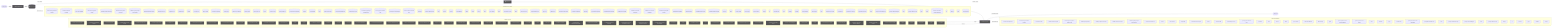
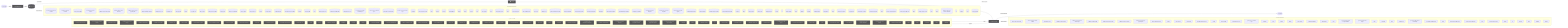
flowchart LR
  UserQ(["👤 User Query"])
  Embed["📐 Embedding Model"]
  VecDB[("📚 Vector Store")]
  Retriever["🔍 Retriever"]
  LLMNode["🧠 LLM / Generator"]
  Output(["✅ Response"])
  UserQ -->|query| Embed
  Embed -->|vector| VecDB
  VecDB -->|top-k chunks| Retriever
  Retriever -->|context + query| LLMNode
  LLMNode -->|generated answer| Output
  subgraph DetectedMemory["Detected memory stores"]
    det_detectedmemory_check_steering_feedback_contract_80134459[("check-steering-feedback-contract")]
    det_detectedmemory_normalize_workflow_contracts_8701f1c8[("normalize-workflow-contracts")]
    det_detectedmemory_sync_codex_preflight_7e7a8dc2[("sync-codex-preflight")]
    det_detectedmemory_test_harness_upgrade_matrix_84113c4e[("test-harness-upgrade-matrix")]
    det_detectedmemory_validate_prompt_context_drift_8c949ef6[("validate-prompt-context-drift")]
    det_detectedmemory_validate_runtime_packet_schemas_bc3ba8ec[("validate-runtime-packet-schemas")]
    det_detectedmemory_validate_system_prompt_gap_adoption_62d8c955[("validate-system-prompt-gap-adoption")]
    det_detectedmemory_validate_workflow_contracts_33dc063c[("validate-workflow-contracts")]
    det_detectedmemory_branch_protect_core_a8feb0fd[("branch-protect-core")]
    det_detectedmemory_ci_migrate_core_7005b5af[("ci-migrate-core")]
    det_detectedmemory_context_health_80bb7da9[("context-health")]
    det_detectedmemory_context_ea7792a2[("context")]
    det_detectedmemory_docs_gate_core_eb9b6c18[("docs-gate-core")]
    det_detectedmemory_index_context_de3ed39d[("index-context")]
    det_detectedmemory_local_memory_preflight_dcc36c42[("local-memory-preflight")]
    det_detectedmemory_memory_gate_a577a506[("memory-gate")]
    det_detectedmemory_pattern_scope_siblings_43abe000[("pattern-scope-siblings")]
    det_detectedmemory_review_context_ca6cf81d[("review-context")]
    det_detectedmemory_review_gate_core_4c8001f9[("review-gate-core")]
    det_detectedmemory_search_24193290[("search")]
    det_detectedmemory_session_context_e5ec72c0[("session-context")]
    det_detectedmemory_tooling_audit_core_328d6a41[("tooling-audit-core")]
    det_detectedmemory_run_local_memory_preflight_36e92808[("run-local-memory-preflight")]
    det_detectedmemory_checker_d2d2328e[("checker")]
    det_detectedmemory_context_health_1_ceb11829[("context-health")]
    det_detectedmemory_types_2_d9bc6e7a[("types")]
    det_detectedmemory_branch_protect_sync_570adb18[("branch-protect-sync")]
    det_detectedmemory_command_capability_rules_ca3f496a[("command-capability-rules")]
    det_detectedmemory_command_specs_core_1c0ffc99[("command-specs-core")]
    det_detectedmemory_local_memory_preflight_command_spec_9e23f3ce[("local-memory-preflight-command-spec")]
    det_detectedmemory_memory_gate_command_spec_dc9001a9[("memory-gate-command-spec")]
    det_detectedmemory_review_gate_command_spec_3187376a[("review-gate-command-spec")]
    det_detectedmemory_session_context_command_spec_973afbb1[("session-context-command-spec")]
    det_detectedmemory_constants_7517017f[("constants")]
    det_detectedmemory_context_compact_policy_3dcaf95d[("context-compact-policy")]
    det_detectedmemory_index_3_7e40d474[("index")]
    det_detectedmemory_indexer_70fa78e5[("indexer")]
    det_detectedmemory_init_error_5c7dd49f[("init-error")]
    det_detectedmemory_lexical_fallback_723e2b3e[("lexical-fallback")]
    det_detectedmemory_ollama_76e3c7bf[("ollama")]
    det_detectedmemory_rollout_a4fa034c[("rollout")]
    det_detectedmemory_sources_878a52fc[("sources")]
    det_detectedmemory_store_824d80d7[("store")]
    det_detectedmemory_sync_contract_c79fa191[("sync-contract")]
    det_detectedmemory_types_8_f6283648[("types")]
    det_detectedmemory_harness_run_context_ac7c77a9[("harness-run-context")]
    det_detectedmemory_index_4_013aa0e3[("index")]
    det_detectedmemory_json_schema_core_96d7e328[("json-schema-core")]
    det_detectedmemory_policy_validators_core_714a3fe7[("policy-validators-core")]
    det_detectedmemory_types_core_e405ddca[("types-core")]
    det_detectedmemory_validator_core_4358f8ba[("validator-core")]
+     det_detectedmemory_archive_candidates_scanner_d0931789[("archive-candidates-scanner")]
+     det_detectedmemory_archive_candidates_dc0e40e1[("archive-candidates")]
    det_detectedmemory_docs_task_eval_contract_79347457[("docs-task-eval-contract")]
    det_detectedmemory_docs_task_eval_fixtures_44902755[("docs-task-eval-fixtures")]
    det_detectedmemory_init_modes_c05ceb07[("init-modes")]
    det_detectedmemory_project_brain_templates_7ef51530[("project-brain-templates")]
    det_detectedmemory_scaffold_diagram_templates_dd88e83c[("scaffold-diagram-templates")]
    det_detectedmemory_scaffold_doc_templates_f6152330[("scaffold-doc-templates")]
    det_detectedmemory_scaffold_environment_templates_c1ceba6a[("scaffold-environment-templates")]
    det_detectedmemory_scaffold_root_command_templates_404fed7f[("scaffold-root-command-templates")]
    det_detectedmemory_scaffold_script_template_registry_69312d4e[("scaffold-script-template-registry")]
    det_detectedmemory_scaffold_shell_templates_0ad0f915[("scaffold-shell-templates")]
    det_detectedmemory_scaffold_surfaces_12d6494e[("scaffold-surfaces")]
    det_detectedmemory_scaffold_template_registry_b1cce2aa[("scaffold-template-registry")]
    det_detectedmemory_scaffold_workflow_template_92310587[("scaffold-workflow-template")]
    det_detectedmemory_eval_seed_5699fd3e[("eval-seed")]
    det_detectedmemory_index_10_f6785a46[("index")]
    det_detectedmemory_review_context_1_e3afed15[("review-context")]
    det_detectedmemory_memory_gate_1_265164ac[("memory-gate")]
    det_detectedmemory_branch_enforcer_acb749cd[("branch-enforcer")]
    det_detectedmemory_cli_args_5_09ea29f0[("cli-args")]
-     det_detectedmemory_cli_6_eac72be2[("cli")]
+     det_detectedmemory_cli_7_dc4a9f7f[("cli")]
    det_detectedmemory_metrics_tracker_98cec29c[("metrics-tracker")]
    det_detectedmemory_types_19_eb4ad5f0[("types")]
    det_detectedmemory_validator_5_b19ac2be[("validator")]
    det_detectedmemory_classifier_fe1991a9[("classifier")]
    det_detectedmemory_tooling_baseline_50ab2eeb[("tooling-baseline")]
    det_detectedmemory_claim_helpers_20dc8387[("claim-helpers")]
    det_detectedmemory_types_24_c63dc1a7[("types")]
    det_detectedmemory_local_memory_smoke_1175abfc[("local-memory-smoke")]
    det_detectedmemory_local_memory_0db17ecc[("local-memory")]
    det_detectedmemory_performance_overload_c685bfcf[("performance-overload")]
    det_detectedmemory_suggestion_generator_0956f794[("suggestion-generator")]
    det_detectedmemory_index_12_762ec91b[("index")]
    det_detectedmemory_prompt_context_drift_report_3257a95c[("prompt-context-drift-report")]
    det_detectedmemory_prompt_context_drift_types_ba6863d4[("prompt-context-drift-types")]
    det_detectedmemory_index_13_97df39c8[("index")]
    det_detectedmemory_prompt_context_receipt_17b862b2[("prompt-context-receipt")]
    det_detectedmemory_types_31_eb363e20[("types")]
    det_detectedmemory_policy_1_fc4198db[("policy")]
    det_detectedmemory_runtime_card_codex_runtime_validation_d8ce9934[("runtime-card-codex-runtime-validation")]
-     det_detectedmemory_cli_11_338a8415[("cli")]
+     det_detectedmemory_cli_12_01c06c37[("cli")]
    det_detectedmemory_collector_0736fd5b[("collector")]
    det_detectedmemory_types_34_85e6a0bb[("types")]
    det_detectedmemory_overload_guard_2748c559[("overload-guard")]
  end
  VecDB -. "implemented by" .-> DetectedMemory
  subgraph DetectedLLM["Detected LLM clients"]
    det_detectedllm_check_codex_agent_roles_5bb2e89b["check-codex-agent-roles"]
    det_detectedllm_check_steering_feedback_contract_80134459["check-steering-feedback-contract"]
    det_detectedllm_run_harness_evals_77704768["run-harness-evals"]
    det_detectedllm_validate_decision_request_2e5c325e["validate-decision-request"]
    det_detectedllm_validate_goal_completion_audit_receipt_100d252c["validate-goal-completion-audit-receipt"]
    det_detectedllm_validate_packaged_skill_5e32c890["validate-packaged-skill"]
    det_detectedllm_validate_prompt_context_drift_8c949ef6["validate-prompt-context-drift"]
    det_detectedllm_validate_reviewer_coverage_251efee3["validate-reviewer-coverage"]
    det_detectedllm_validate_system_prompt_gap_adoption_62d8c955["validate-system-prompt-gap-adoption"]
    det_detectedllm_check_environment_core_2c16213f["check-environment-core"]
    det_detectedllm_context_ea7792a2["context"]
    det_detectedllm_index_context_de3ed39d["index-context"]
    det_detectedllm_prompt_gate_c5e9d207["prompt-gate"]
    det_detectedllm_remediate_runner_helpers_929fedcc["remediate-runner-helpers"]
    det_detectedllm_search_24193290["search"]
    det_detectedllm_context_health_1_ceb11829["context-health"]
    det_detectedllm_command_specs_core_1c0ffc99["command-specs-core"]
    det_detectedllm_prompt_gate_command_spec_9a941482["prompt-gate-command-spec"]
    det_detectedllm_constants_7517017f["constants"]
    det_detectedllm_index_3_7e40d474["index"]
    det_detectedllm_indexer_70fa78e5["indexer"]
    det_detectedllm_ollama_76e3c7bf["ollama"]
    det_detectedllm_sync_contract_c79fa191["sync-contract"]
    det_detectedllm_north_star_validators_cfc926ce["north-star-validators"]
    det_detectedllm_hilt_boundary_9b36fb15["hilt-boundary"]
    det_detectedllm_types_10_75e5a4a0["types"]
    det_detectedllm_goal_completion_audit_receipt_validation_9d0f4891["goal-completion-audit-receipt-validation"]
    det_detectedllm_goal_completion_audit_receipt_5e4939c3["goal-completion-audit-receipt"]
    det_detectedllm_index_5_522f772a["index"]
    det_detectedllm_constants_1_a84e15f0["constants"]
    det_detectedllm_types_17_ed30531c["types"]
    det_detectedllm_sensitive_text_7c11f760["sensitive-text"]
    det_detectedllm_pr_template_linked_issue_relationship_a7b61f2c["pr-template-linked-issue-relationship"]
    det_detectedllm_pr_template_validator_rules_20a32d6b["pr-template-validator-rules"]
    det_detectedllm_index_12_762ec91b["index"]
    det_detectedllm_prompt_context_drift_report_3257a95c["prompt-context-drift-report"]
    det_detectedllm_prompt_context_drift_types_ba6863d4["prompt-context-drift-types"]
    det_detectedllm_index_13_97df39c8["index"]
    det_detectedllm_prompt_context_receipt_17b862b2["prompt-context-receipt"]
    det_detectedllm_cli_args_9_9c136878["cli-args"]
-     det_detectedllm_cli_10_35dc8cbd["cli"]
+     det_detectedllm_cli_11_338a8415["cli"]
    det_detectedllm_sections_4697ef32["sections"]
    det_detectedllm_types_27_4d134744["types"]
    det_detectedllm_validator_7_f836eb0e["validator"]
    det_detectedllm_cli_args_10_861cdd3f["cli-args"]
  end
  LLMNode -. "implemented by" .-> DetectedLLM
  subgraph DetectedTools["Agentic tool calls"]
    det_detectedtools_check_codex_agent_roles_5bb2e89b["🔧 check-codex-agent-roles"]
    det_detectedtools_check_steering_feedback_contract_80134459["🔧 check-steering-feedback-contract"]
    det_detectedtools_run_harness_evals_77704768["🔧 run-harness-evals"]
    det_detectedtools_validate_action_review_receipt_fa2f06c3["🔧 validate-action-review-receipt"]
    det_detectedtools_validate_packaged_skill_5e32c890["🔧 validate-packaged-skill"]
    det_detectedtools_validate_replay_packet_f309747e["🔧 validate-replay-packet"]
    det_detectedtools_ci_migrate_core_7005b5af["🔧 ci-migrate-core"]
    det_detectedtools_doctor_checks_5a2eb2b9["🔧 doctor-checks"]
+     det_detectedtools_doctor_github_tool_check_e0a938df["🔧 doctor-github-tool-check"]
    det_detectedtools_doctor_github_tool_checks_a53b0382["🔧 doctor-github-tool-checks"]
    det_detectedtools_doctor_tool_checks_4acac51a["🔧 doctor-tool-checks"]
    det_detectedtools_next_blocked_decisions_4140ad2b["🔧 next-blocked-decisions"]
    det_detectedtools_policy_gate_213f7313["🔧 policy-gate"]
    det_detectedtools_remediate_cli_output_cc165396["🔧 remediate-cli-output"]
    det_detectedtools_remediate_runner_helpers_929fedcc["🔧 remediate-runner-helpers"]
    det_detectedtools_review_gate_core_4c8001f9["🔧 review-gate-core"]
    det_detectedtools_index_1bc04b52["🔧 index"]
    det_detectedtools_types_1_4ecdf56e["🔧 types"]
    det_detectedtools_validation_constants_e002a0f6["🔧 validation-constants"]
    det_detectedtools_validation_98c41dcd["🔧 validation"]
    det_detectedtools_checker_d2d2328e["🔧 checker"]
    det_detectedtools_cli_args_1_6144b055["🔧 cli-args"]
    det_detectedtools_command_capabilities_a4d5c71e["🔧 command-capabilities"]
    det_detectedtools_command_capability_rules_ca3f496a["🔧 command-capability-rules"]
    det_detectedtools_linear_command_actions_e430f4f4["🔧 linear-command-actions"]
    det_detectedtools_linear_command_runner_4a740dfc["🔧 linear-command-runner"]
    det_detectedtools_policy_validators_core_714a3fe7["🔧 policy-validators-core"]
    det_detectedtools_types_core_e405ddca["🔧 types-core"]
    det_detectedtools_validator_core_4358f8ba["🔧 validator-core"]
    det_detectedtools_validator_helpers_7b927667["🔧 validator-helpers"]
    det_detectedtools_he_phase_exit_core_1148895b["🔧 he-phase-exit-core"]
    det_detectedtools_ralph_runtime_73d63c0e["🔧 ralph-runtime"]
    det_detectedtools_observed_skill_usage_ed7d5930["🔧 observed-skill-usage"]
    det_detectedtools_closure_evidence_aaa31467["🔧 closure-evidence"]
    det_detectedtools_pr_creator_dc6b1ea4["🔧 pr-creator"]
    det_detectedtools_client_948fe603["🔧 client"]
    det_detectedtools_init_output_360dce91["🔧 init-output"]
    det_detectedtools_scaffold_ci_templates_2afd6392["🔧 scaffold-ci-templates"]
    det_detectedtools_scaffold_codex_environment_templates_334fbbed["🔧 scaffold-codex-environment-templates"]
    det_detectedtools_scaffold_config_templates_4b80ce53["🔧 scaffold-config-templates"]
    det_detectedtools_scaffold_environment_templates_c1ceba6a["🔧 scaffold-environment-templates"]
    det_detectedtools_scaffold_github_actions_pr_pipeline_renderer_1ee18de5["🔧 scaffold-github-actions-pr-pipeline-renderer"]
    det_detectedtools_scaffold_github_actions_pr_pipeline_template_e2b85f62["🔧 scaffold-github-actions-pr-pipeline-template"]
    det_detectedtools_scaffold_release_private_npm_template_075499f8["🔧 scaffold-release-private-npm-template"]
    det_detectedtools_constants_1_a84e15f0["🔧 constants"]
    det_detectedtools_index_9_32dd4d91["🔧 index"]
    det_detectedtools_validation_common_6161e48b["🔧 validation-common"]
-     det_detectedtools_cli_6_eac72be2["🔧 cli"]
+     det_detectedtools_cli_7_dc4a9f7f["🔧 cli"]
    det_detectedtools_metrics_tracker_98cec29c["🔧 metrics-tracker"]
    det_detectedtools_normalise_renderer_85f2e563["🔧 normalise-renderer"]
    det_detectedtools_evaluation_engine_core_e054fe49["🔧 evaluation-engine-core"]
    det_detectedtools_tooling_baseline_50ab2eeb["🔧 tooling-baseline"]
    det_detectedtools_prompt_context_drift_report_3257a95c["🔧 prompt-context-drift-report"]
    det_detectedtools_prompt_context_drift_types_ba6863d4["🔧 prompt-context-drift-types"]
    det_detectedtools_replay_packet_a1293f88["🔧 replay-packet"]
    det_detectedtools_index_14_d982116c["🔧 index"]
    det_detectedtools_review_lifecycle_contract_e5447221["🔧 review-lifecycle-contract"]
    det_detectedtools_review_lifecycle_89afa64c["🔧 review-lifecycle"]
    det_detectedtools_runtime_card_codex_runtime_validation_d8ce9934["🔧 runtime-card-codex-runtime-validation"]
    det_detectedtools_runtime_card_codex_runtime_0655e230["🔧 runtime-card-codex-runtime"]
    det_detectedtools_runtime_evidence_bundle_d471a232["🔧 runtime-evidence-bundle"]
    det_detectedtools_types_36_674380ec["🔧 types"]
    det_detectedtools_index_17_642943a2["🔧 index"]
    det_detectedtools_projection_1b250ea1["🔧 projection"]
    det_detectedtools_types_38_e8efcd57["🔧 types"]
    det_detectedtools_validation_7_c4e6d8b6["🔧 validation"]
  end
  LLMNode -->|tool use| DetectedTools
  DetectedTools -->|result| LLMNode
  classDef memNode fill:#555,color:#fff
  class VecDB,Retriever memNode
  classDef llmNode fill:#555,color:#fff
  class LLMNode,Embed llmNode
  classDef toolNode fill:#555,color:#fff
-   class det_detectedtools_check_codex_agent_roles_5bb2e89b,det_detectedtools_check_steering_feedback_contract_80134459,det_detectedtools_run_harness_evals_77704768,det_detectedtools_validate_action_review_receipt_fa2f06c3,det_detectedtools_validate_packaged_skill_5e32c890,det_detectedtools_validate_replay_packet_f309747e,det_detectedtools_ci_migrate_core_7005b5af,det_detectedtools_doctor_checks_5a2eb2b9,det_detectedtools_doctor_github_tool_checks_a53b0382,det_detectedtools_doctor_tool_checks_4acac51a,det_detectedtools_next_blocked_decisions_4140ad2b,det_detectedtools_policy_gate_213f7313,det_detectedtools_remediate_cli_output_cc165396,det_detectedtools_remediate_runner_helpers_929fedcc,det_detectedtools_review_gate_core_4c8001f9,det_detectedtools_index_1bc04b52,det_detectedtools_types_1_4ecdf56e,det_detectedtools_validation_constants_e002a0f6,det_detectedtools_validation_98c41dcd,det_detectedtools_checker_d2d2328e,det_detectedtools_cli_args_1_6144b055,det_detectedtools_command_capabilities_a4d5c71e,det_detectedtools_command_capability_rules_ca3f496a,det_detectedtools_linear_command_actions_e430f4f4,det_detectedtools_linear_command_runner_4a740dfc,det_detectedtools_policy_validators_core_714a3fe7,det_detectedtools_types_core_e405ddca,det_detectedtools_validator_core_4358f8ba,det_detectedtools_validator_helpers_7b927667,det_detectedtools_he_phase_exit_core_1148895b,det_detectedtools_ralph_runtime_73d63c0e,det_detectedtools_observed_skill_usage_ed7d5930,det_detectedtools_closure_evidence_aaa31467,det_detectedtools_pr_creator_dc6b1ea4,det_detectedtools_client_948fe603,det_detectedtools_init_output_360dce91,det_detectedtools_scaffold_ci_templates_2afd6392,det_detectedtools_scaffold_codex_environment_templates_334fbbed,det_detectedtools_scaffold_config_templates_4b80ce53,det_detectedtools_scaffold_environment_templates_c1ceba6a,det_detectedtools_scaffold_github_actions_pr_pipeline_renderer_1ee18de5,det_detectedtools_scaffold_github_actions_pr_pipeline_template_e2b85f62,det_detectedtools_scaffold_release_private_npm_template_075499f8,det_detectedtools_constants_1_a84e15f0,det_detectedtools_index_9_32dd4d91,det_detectedtools_validation_common_6161e48b,det_detectedtools_cli_6_eac72be2,det_detectedtools_metrics_tracker_98cec29c,det_detectedtools_normalise_renderer_85f2e563,det_detectedtools_evaluation_engine_core_e054fe49,det_detectedtools_tooling_baseline_50ab2eeb,det_detectedtools_prompt_context_drift_report_3257a95c,det_detectedtools_prompt_context_drift_types_ba6863d4,det_detectedtools_replay_packet_a1293f88,det_detectedtools_index_14_d982116c,det_detectedtools_review_lifecycle_contract_e5447221,det_detectedtools_review_lifecycle_89afa64c,det_detectedtools_runtime_card_codex_runtime_validation_d8ce9934,det_detectedtools_runtime_card_codex_runtime_0655e230,det_detectedtools_runtime_evidence_bundle_d471a232,det_detectedtools_types_36_674380ec,det_detectedtools_index_17_642943a2,det_detectedtools_projection_1b250ea1,det_detectedtools_types_38_e8efcd57,det_detectedtools_validation_7_c4e6d8b6 toolNode
+   class det_detectedtools_check_codex_agent_roles_5bb2e89b,det_detectedtools_check_steering_feedback_contract_80134459,det_detectedtools_run_harness_evals_77704768,det_detectedtools_validate_action_review_receipt_fa2f06c3,det_detectedtools_validate_packaged_skill_5e32c890,det_detectedtools_validate_replay_packet_f309747e,det_detectedtools_ci_migrate_core_7005b5af,det_detectedtools_doctor_checks_5a2eb2b9,det_detectedtools_doctor_github_tool_check_e0a938df,det_detectedtools_doctor_github_tool_checks_a53b0382,det_detectedtools_doctor_tool_checks_4acac51a,det_detectedtools_next_blocked_decisions_4140ad2b,det_detectedtools_policy_gate_213f7313,det_detectedtools_remediate_cli_output_cc165396,det_detectedtools_remediate_runner_helpers_929fedcc,det_detectedtools_review_gate_core_4c8001f9,det_detectedtools_index_1bc04b52,det_detectedtools_types_1_4ecdf56e,det_detectedtools_validation_constants_e002a0f6,det_detectedtools_validation_98c41dcd,det_detectedtools_checker_d2d2328e,det_detectedtools_cli_args_1_6144b055,det_detectedtools_command_capabilities_a4d5c71e,det_detectedtools_command_capability_rules_ca3f496a,det_detectedtools_linear_command_actions_e430f4f4,det_detectedtools_linear_command_runner_4a740dfc,det_detectedtools_policy_validators_core_714a3fe7,det_detectedtools_types_core_e405ddca,det_detectedtools_validator_core_4358f8ba,det_detectedtools_validator_helpers_7b927667,det_detectedtools_he_phase_exit_core_1148895b,det_detectedtools_ralph_runtime_73d63c0e,det_detectedtools_observed_skill_usage_ed7d5930,det_detectedtools_closure_evidence_aaa31467,det_detectedtools_pr_creator_dc6b1ea4,det_detectedtools_client_948fe603,det_detectedtools_init_output_360dce91,det_detectedtools_scaffold_ci_templates_2afd6392,det_detectedtools_scaffold_codex_environment_templates_334fbbed,det_detectedtools_scaffold_config_templates_4b80ce53,det_detectedtools_scaffold_environment_templates_c1ceba6a,det_detectedtools_scaffold_github_actions_pr_pipeline_renderer_1ee18de5,det_detectedtools_scaffold_github_actions_pr_pipeline_template_e2b85f62,det_detectedtools_scaffold_release_private_npm_template_075499f8,det_detectedtools_constants_1_a84e15f0,det_detectedtools_index_9_32dd4d91,det_detectedtools_validation_common_6161e48b,det_detectedtools_cli_7_dc4a9f7f,det_detectedtools_metrics_tracker_98cec29c,det_detectedtools_normalise_renderer_85f2e563,det_detectedtools_evaluation_engine_core_e054fe49,det_detectedtools_tooling_baseline_50ab2eeb,det_detectedtools_prompt_context_drift_report_3257a95c,det_detectedtools_prompt_context_drift_types_ba6863d4,det_detectedtools_replay_packet_a1293f88,det_detectedtools_index_14_d982116c,det_detectedtools_review_lifecycle_contract_e5447221,det_detectedtools_review_lifecycle_89afa64c,det_detectedtools_runtime_card_codex_runtime_validation_d8ce9934,det_detectedtools_runtime_card_codex_runtime_0655e230,det_detectedtools_runtime_evidence_bundle_d471a232,det_detectedtools_types_36_674380ec,det_detectedtools_index_17_642943a2,det_detectedtools_projection_1b250ea1,det_detectedtools_types_38_e8efcd57,det_detectedtools_validation_7_c4e6d8b6 toolNode
